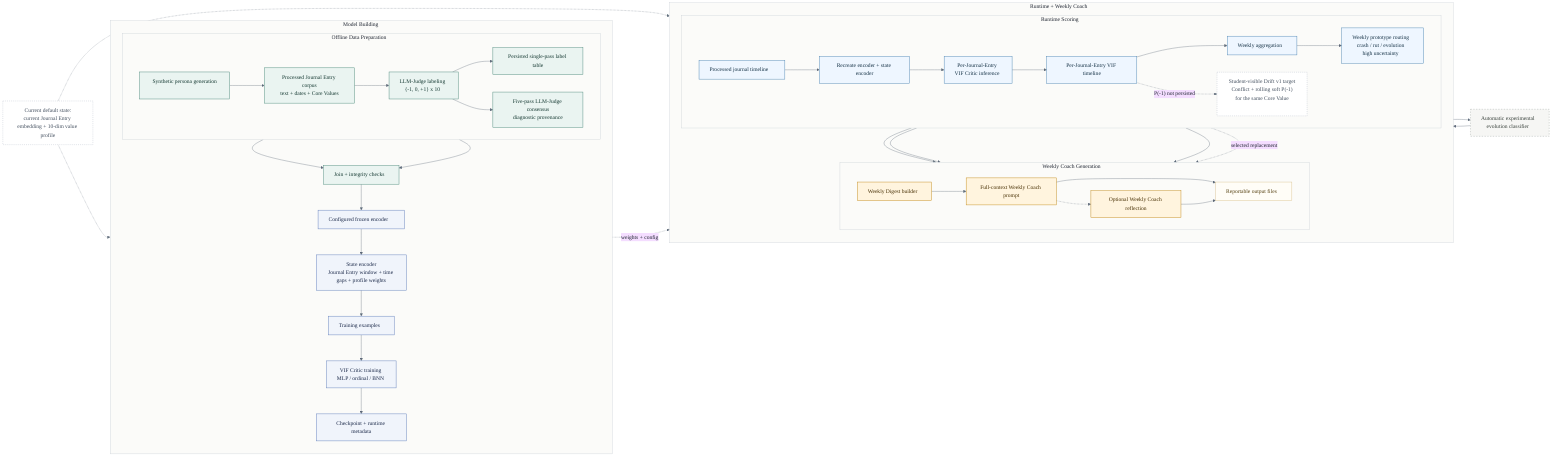
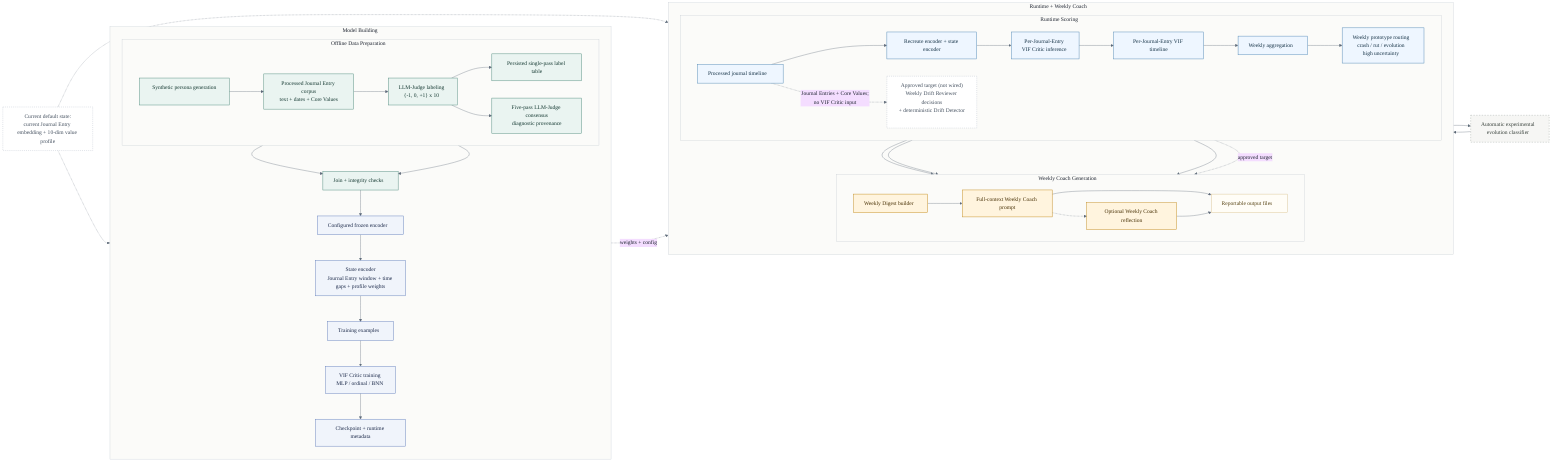
%%{init: {
  'theme': 'base',
  'themeVariables': {
    'fontFamily': 'Aptos, Calibri, Arial, sans-serif',
    'background': '#FFFFFF',
    'lineColor': '#5F6B7A',
    'primaryTextColor': '#1E2430',
    'secondaryTextColor': '#1E2430',
    'tertiaryTextColor': '#1E2430',
    'clusterBkg': '#FBFBF9',
    'clusterBorder': '#C7CDD4'
  }
}}%%
flowchart LR
    classDef prep fill:#EAF4F1,stroke:#4E8A7C,color:#143831,stroke-width:1.3px;
    classDef train fill:#F0F4FB,stroke:#607DBA,color:#1C2A4A,stroke-width:1.3px;
    classDef run fill:#EEF6FF,stroke:#4F86B3,color:#153246,stroke-width:1.3px;
    classDef coach fill:#FFF4DE,stroke:#C28A1B,color:#473004,stroke-width:1.3px;
    classDef optional fill:#F6F6F4,stroke:#9AA39D,color:#38413B,stroke-dasharray: 4 4,stroke-width:1.1px;
    classDef artifact fill:#FFFDF7,stroke:#D3B980,color:#564212,stroke-width:1.1px;
    classDef note fill:#FFFFFF,stroke:#AAB4C2,color:#44505F,stroke-dasharray: 3 3;

    subgraph build_lane["Model Building"]
        direction TB
        subgraph prep_lane["Offline Data Preparation"]
            direction LR
            generator["Synthetic persona generation"]
            wrangled["Processed Journal Entry corpus<br/>text + dates + Core Values"]
            judge["LLM-Judge labeling<br/>{-1, 0, +1} x 10"]
            labels["Persisted single-pass label table"]
            consensus["Five-pass LLM-Judge consensus<br/>diagnostic provenance"]
            generator --> wrangled --> judge --> labels
            judge --> consensus
        end

        merge["Join + integrity checks"]
        encoder_train["Configured frozen encoder"]
        state_train["State encoder<br/>Journal Entry window + time gaps + profile weights"]
        samples["Training examples"]
        critic_train["VIF Critic training<br/>MLP / ordinal / BNN"]
        checkpoint["Checkpoint + runtime metadata"]

        wrangled --> merge
        labels --> merge
        merge --> encoder_train --> state_train --> samples --> critic_train --> checkpoint
    end

    subgraph product_lane["Runtime + Weekly Coach"]
        direction TB
        subgraph run_lane["Runtime Scoring"]
            direction LR
            runtime_input["Processed journal timeline"]
            state_runtime["Recreate encoder + state encoder"]
            critic["Per-Journal-Entry<br/>VIF Critic inference"]
            timeline["Per-Journal-Entry VIF timeline"]
            weekly["Weekly aggregation"]
            drift["Weekly prototype routing<br/>crash / rut / evolution<br/>high uncertainty"]
-             drift_v1["Student-visible Drift v1 target<br/>Conflict + rolling soft P(-1)<br/>for the same Core Value"]
+             drift_v1["Approved target (not wired)<br/>Weekly Drift Reviewer decisions<br/>+ deterministic Drift Detector"]
            runtime_input --> state_runtime --> critic --> timeline --> weekly --> drift
        end

        subgraph coach_lane["Weekly Coach Generation"]
            direction LR
            digest["Weekly Digest builder"]
            prompt["Full-context Weekly Coach prompt"]
            narrative["Optional Weekly Coach reflection"]
            exports["Reportable output files"]
            digest --> prompt
            prompt -.-> narrative
            prompt --> exports
            narrative --> exports
        end
    end

    checkpoint -. "weights + config" .-> state_runtime
    runtime_input --> digest
    weekly --> digest
    drift --> digest
-     timeline -. "P(-1) not persisted" .-> drift_v1
-     drift_v1 -. "selected replacement" .-> digest
+     runtime_input -. "Journal Entries + Core Values;<br/>no VIF Critic input" .-> drift_v1
+     drift_v1 -. "approved target" .-> digest

    evolution["Automatic experimental<br/>evolution classifier"]
    weekly --> evolution --> drift

    state_note["Current default state:<br/>current Journal Entry embedding + 10-dim value profile"]
    state_note -.-> state_train
    state_note -.-> state_runtime

    class generator,wrangled,judge,labels,consensus,merge prep;
    class encoder_train,state_train,samples,critic_train,checkpoint train;
    class runtime_input,state_runtime,critic,timeline,weekly,drift run;
    class digest,prompt,narrative coach;
    class evolution optional;
    class exports artifact;
    class state_note,drift_v1 note;
